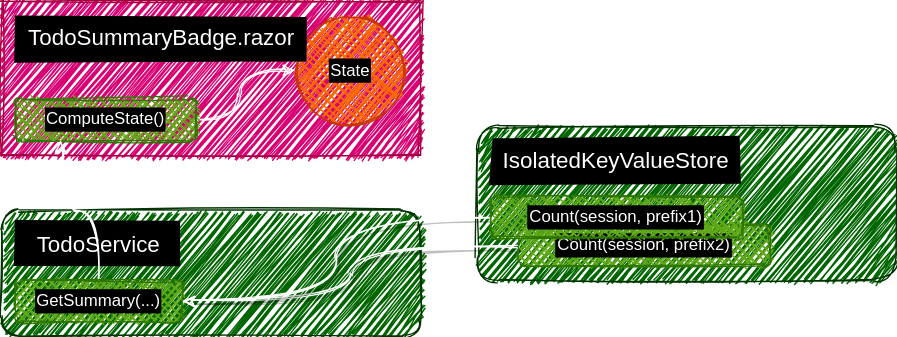
Earlier version of the draw.io export Slides/Fusion_v2/diagrams/todo-app/2.dio.svg (alexyakunin/Stl.Fusion.Materials). Source tidied: cells renumbered, new cells last; positions are measured from the earlier drawing's top-left corner, leaving out a move shared by most shapes. Its diagram source:
```xml
<mxGraphModel>
  <root>
    <mxCell id="0" />
    <mxCell id="1" parent="0" />
    <mxCell id="2" style="rounded=1;whiteSpace=wrap;html=1;sketch=1;fontColor=#ffffff;fillStyle=zigzag;shadow=0;labelBackgroundColor=#000000;labelBorderColor=#000000;strokeColor=#003300;fillColor=#006600;" parent="1" vertex="1">
      <mxGeometry y="150" width="300" height="90" as="geometry" />
    </mxCell>
    <mxCell id="3" value="TodoService" style="text;html=1;strokeColor=none;align=center;verticalAlign=middle;whiteSpace=wrap;rounded=0;sketch=1;fontSize=16;fillColor=#000000;fillStyle=solid;fontColor=#FFFFFF;" parent="1" vertex="1">
      <mxGeometry x="10" y="157.5" width="120" height="32.5" as="geometry" />
    </mxCell>
    <mxCell id="4" style="whiteSpace=wrap;html=1;sketch=1;rounded=0;fillStyle=zigzag;fillColor=#d80073;strokeColor=#A50040;fontColor=#ffffff;" parent="1" vertex="1">
      <mxGeometry width="300" height="110" as="geometry" />
    </mxCell>
    <mxCell id="5" value="State" style="ellipse;whiteSpace=wrap;html=1;rounded=1;sketch=1;fillColor=#fa6800;strokeColor=#C73500;fontColor=#ffffff;fillStyle=cross-hatch;labelBackgroundColor=#000000;labelBorderColor=#000000;" parent="1" vertex="1">
      <mxGeometry x="210" y="10" width="80" height="80" as="geometry" />
    </mxCell>
    <mxCell id="6" value="TodoSummaryBadge.razor" style="text;html=1;strokeColor=none;align=center;verticalAlign=middle;whiteSpace=wrap;rounded=0;sketch=1;fontSize=16;fillColor=#000000;fillStyle=solid;fontColor=#FFFFFF;" parent="1" vertex="1">
      <mxGeometry x="10" y="10" width="210" height="32.5" as="geometry" />
    </mxCell>
    <mxCell id="7" style="edgeStyle=orthogonalEdgeStyle;sketch=1;jettySize=auto;html=1;exitX=1;exitY=0.5;exitDx=0;exitDy=0;fontSize=16;strokeColor=#FFFFFF;entryX=0;entryY=0.5;entryDx=0;entryDy=0;curved=1;" parent="1" edge="1" source="8" target="5">
      <mxGeometry relative="1" as="geometry">
        <Array as="points">
          <mxPoint x="170" y="85" />
          <mxPoint x="170" y="50" />
        </Array>
      </mxGeometry>
    </mxCell>
    <mxCell id="8" value="ComputeState()" style="rounded=1;whiteSpace=wrap;html=1;sketch=1;fillColor=#60a917;strokeColor=#2D7600;fontColor=#ffffff;fillStyle=cross-hatch;labelBackgroundColor=#000000;labelBorderColor=#000000;" parent="1" vertex="1">
      <mxGeometry x="10" y="70" width="130" height="30" as="geometry" />
    </mxCell>
    <mxCell id="9" style="edgeStyle=orthogonalEdgeStyle;curved=1;rounded=0;sketch=1;jettySize=auto;html=1;exitX=0.5;exitY=0;exitDx=0;exitDy=0;entryX=0.25;entryY=1;entryDx=0;entryDy=0;fontColor=#FFFFFF;strokeColor=#FFFFFF;" parent="1" edge="1" source="10" target="8">
      <mxGeometry relative="1" as="geometry" />
    </mxCell>
    <mxCell id="10" value="GetSummary(...)" style="rounded=1;whiteSpace=wrap;html=1;sketch=1;fillColor=#60a917;strokeColor=#2D7600;fontColor=#ffffff;fillStyle=cross-hatch;shadow=0;labelBackgroundColor=#000000;labelBorderColor=#000000;" parent="1" vertex="1">
      <mxGeometry x="10" y="200" width="120" height="30" as="geometry" />
    </mxCell>
    <mxCell id="11" style="rounded=1;whiteSpace=wrap;html=1;sketch=1;fontColor=#ffffff;fillStyle=zigzag;shadow=0;labelBackgroundColor=#000000;labelBorderColor=#000000;strokeColor=#003300;fillColor=#006600;" parent="1" vertex="1">
      <mxGeometry x="340" y="90" width="300" height="110" as="geometry" />
    </mxCell>
    <mxCell id="12" value="IsolatedKeyValueStore" style="text;html=1;strokeColor=none;align=center;verticalAlign=middle;whiteSpace=wrap;rounded=0;sketch=1;fontSize=16;fillColor=#000000;fillStyle=solid;fontColor=#FFFFFF;" parent="1" vertex="1">
      <mxGeometry x="350" y="97.5" width="180" height="32.5" as="geometry" />
    </mxCell>
    <mxCell id="13" style="edgeStyle=orthogonalEdgeStyle;curved=1;sketch=1;jettySize=auto;html=1;exitX=0;exitY=0.5;exitDx=0;exitDy=0;entryX=1;entryY=0.5;entryDx=0;entryDy=0;shadow=1;strokeColor=#FFFFFF;" parent="1" edge="1" source="14" target="10">
      <mxGeometry relative="1" as="geometry" />
    </mxCell>
    <mxCell id="14" value="Count(session, prefix2)" style="rounded=1;whiteSpace=wrap;html=1;sketch=1;fillColor=#60a917;strokeColor=#2D7600;fontColor=#ffffff;fillStyle=cross-hatch;shadow=0;labelBackgroundColor=#000000;labelBorderColor=#000000;" parent="1" vertex="1">
      <mxGeometry x="370" y="160" width="180" height="30" as="geometry" />
    </mxCell>
    <mxCell id="15" style="edgeStyle=orthogonalEdgeStyle;curved=1;sketch=1;jettySize=auto;html=1;exitX=0;exitY=0.5;exitDx=0;exitDy=0;entryX=1;entryY=0.5;entryDx=0;entryDy=0;shadow=1;strokeColor=#FFFFFF;" parent="1" edge="1" source="16" target="10">
      <mxGeometry relative="1" as="geometry" />
    </mxCell>
    <mxCell id="16" value="Count(session, prefix1)" style="rounded=1;whiteSpace=wrap;html=1;sketch=1;fillColor=#60a917;strokeColor=#2D7600;fontColor=#ffffff;fillStyle=cross-hatch;shadow=0;labelBackgroundColor=#000000;labelBorderColor=#000000;" parent="1" vertex="1">
      <mxGeometry x="350" y="140" width="180" height="30" as="geometry" />
    </mxCell>
  </root>
</mxGraphModel>
```
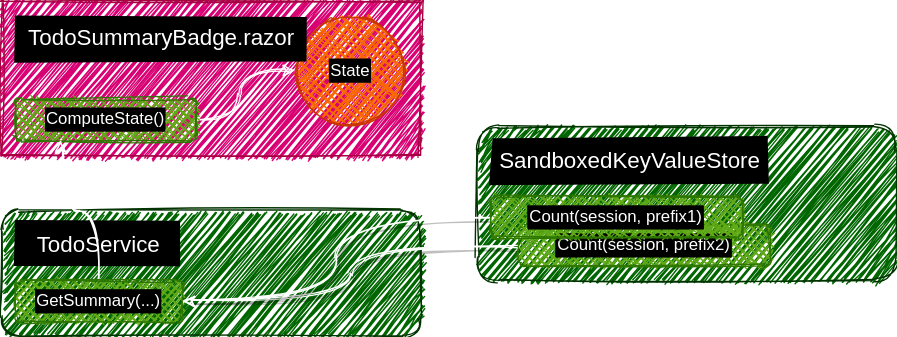
The same diagram one commit later.

What changed in the source:
```diff
@@ -37,8 +37,8 @@
     <mxCell id="11" style="rounded=1;whiteSpace=wrap;html=1;sketch=1;fontColor=#ffffff;fillStyle=zigzag;shadow=0;labelBackgroundColor=#000000;labelBorderColor=#000000;strokeColor=#003300;fillColor=#006600;" parent="1" vertex="1">
       <mxGeometry x="340" y="90" width="300" height="110" as="geometry" />
     </mxCell>
-    <mxCell id="12" value="IsolatedKeyValueStore" style="text;html=1;strokeColor=none;align=center;verticalAlign=middle;whiteSpace=wrap;rounded=0;sketch=1;fontSize=16;fillColor=#000000;fillStyle=solid;fontColor=#FFFFFF;" parent="1" vertex="1">
-      <mxGeometry x="350" y="97.5" width="180" height="32.5" as="geometry" />
+    <mxCell id="12" value="SandboxedKeyValueStore" style="text;html=1;strokeColor=none;align=center;verticalAlign=middle;whiteSpace=wrap;rounded=0;sketch=1;fontSize=16;fillColor=#000000;fillStyle=solid;fontColor=#FFFFFF;" parent="1" vertex="1">
+      <mxGeometry x="350" y="97.5" width="200" height="32.5" as="geometry" />
     </mxCell>
     <mxCell id="13" style="edgeStyle=orthogonalEdgeStyle;curved=1;sketch=1;jettySize=auto;html=1;exitX=0;exitY=0.5;exitDx=0;exitDy=0;entryX=1;entryY=0.5;entryDx=0;entryDy=0;shadow=1;strokeColor=#FFFFFF;" parent="1" edge="1" source="14" target="10">
       <mxGeometry relative="1" as="geometry" />
```
